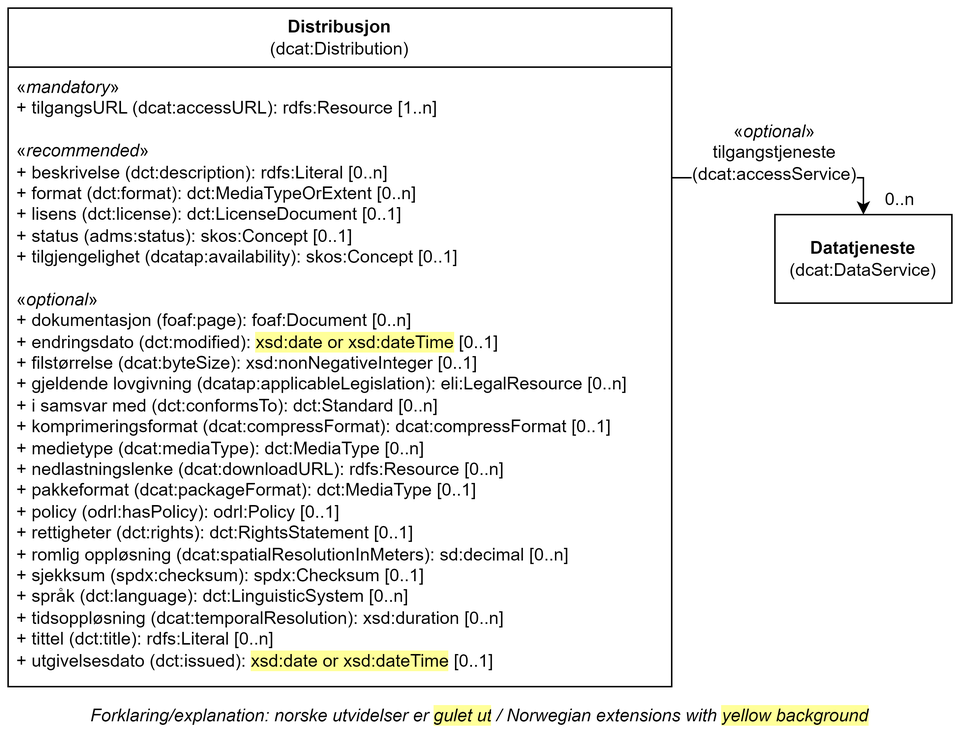
This is docs/images/Klassen-Distribusjon.png from Informasjonsforvaltning/dcat-ap-no, a draw.io export, as it was before one commit. Source tidied: cells renumbered, new cells last; positions are measured from the earlier drawing's top-left corner, leaving out a move shared by most shapes.
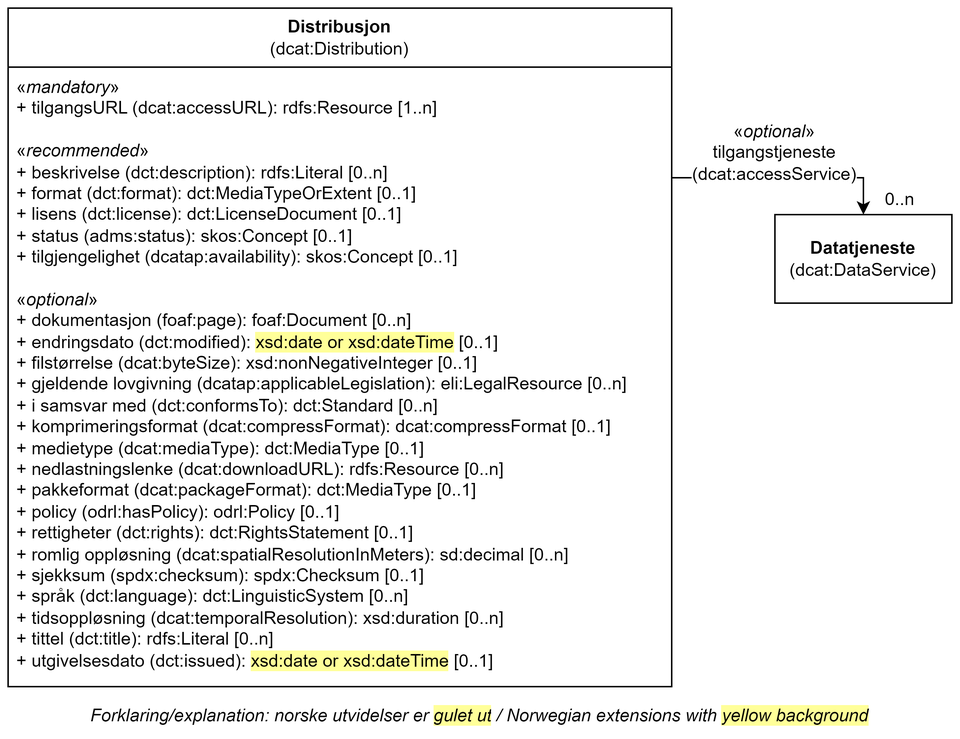
After the change.

Commit message:
Oppdaterer tegning Distribusjon

Change to the diagram source:
```diff
@@ -5,7 +5,7 @@
     <mxCell id="2" value="Distribusjon&lt;br&gt;&lt;span style=&quot;font-weight: normal;&quot;&gt;(dcat:Distribution)&lt;/span&gt;" style="swimlane;whiteSpace=wrap;html=1;startSize=40;" parent="1" vertex="1">
       <mxGeometry width="450" height="460" as="geometry" />
     </mxCell>
-    <mxCell id="3" value="«&lt;i&gt;mandatory&lt;/i&gt;»&lt;br&gt;+ tilgangsURL (dcat:accessURL): rdfs:Resource [1..n]&lt;br&gt;&lt;br&gt;«&lt;i&gt;recommended&lt;/i&gt;»&lt;br&gt;+ beskrivelse (dct:description): rdfs:Literal [0..n]&lt;br&gt;+ format (dct:format): dct:MediaTypeOrExtent [0..n]&lt;br&gt;+ lisens (dct:license): dct:LicenseDocument [0..1]&lt;br&gt;+ status (adms:status): skos:Concept [0..1]&lt;br&gt;+ tilgjengelighet (dcatap:availability): skos:Concept [0..1]&lt;br&gt;&lt;br&gt;«&lt;i&gt;optional&lt;/i&gt;»&lt;br&gt;+ dokumentasjon (foaf:page): foaf:Document [0..n]&lt;br&gt;+ endringsdato (dct:modified): &lt;span style=&quot;background-color: rgb(255, 255, 153);&quot;&gt;xsd:date or xsd:dateTime&lt;/span&gt; [0..1]&lt;br&gt;+ filstørrelse (dcat:byteSize): xsd:nonNegativeInteger [0..1]&lt;br&gt;+ gjeldende lovgivning (dcatap:applicableLegislation): eli:LegalResource [0..n]&lt;br&gt;+ i samsvar med (dct:conformsTo): dct:Standard [0..n]&lt;br&gt;+ komprimeringsformat (dcat:compressFormat): dcat:compressFormat [0..1]&lt;br&gt;+ medietype (dcat:mediaType): dct:MediaType [0..n]&lt;br&gt;+ nedlastningslenke (dcat:downloadURL): rdfs:Resource [0..n]&lt;br&gt;+ pakkeformat (dcat:packageFormat): dct:MediaType [0..1]&lt;br&gt;+ policy (odrl:hasPolicy): odrl:Policy [0..1]&lt;br&gt;+ rettigheter (dct:rights): dct:RightsStatement [0..1]&lt;br&gt;+ romlig oppløsning (dcat:spatialResolutionInMeters): sd:decimal [0..n]&lt;br&gt;+ sjekksum (spdx:checksum): spdx:Checksum [0..1]&lt;br&gt;+ språk (dct:language): dct:LinguisticSystem [0..n]&lt;br&gt;+ tidsoppløsning (dcat:temporalResolution): xsd:duration [0..n]&lt;br&gt;+ tittel (dct:title): rdfs:Literal [0..n]&lt;br&gt;+ utgivelsesdato (dct:issued): &lt;span style=&quot;background-color: rgb(255, 255, 153);&quot;&gt;xsd:date or xsd:dateTime&lt;/span&gt; [0..1]" style="text;strokeColor=none;fillColor=none;align=left;verticalAlign=top;spacingLeft=4;spacingRight=4;overflow=hidden;whiteSpace=wrap;html=1;" parent="2" vertex="1">
+    <mxCell id="3" value="«&lt;i&gt;mandatory&lt;/i&gt;»&lt;br&gt;+ tilgangsURL (dcat:accessURL): rdfs:Resource [1..n]&lt;br&gt;&lt;br&gt;«&lt;i&gt;recommended&lt;/i&gt;»&lt;br&gt;+ beskrivelse (dct:description): rdfs:Literal [0..n]&lt;br&gt;+ format (dct:format): dct:MediaTypeOrExtent [0..1]&lt;br&gt;+ lisens (dct:license): dct:LicenseDocument [0..1]&lt;br&gt;+ status (adms:status): skos:Concept [0..1]&lt;br&gt;+ tilgjengelighet (dcatap:availability): skos:Concept [0..1]&lt;br&gt;&lt;br&gt;«&lt;i&gt;optional&lt;/i&gt;»&lt;br&gt;+ dokumentasjon (foaf:page): foaf:Document [0..n]&lt;br&gt;+ endringsdato (dct:modified): &lt;span style=&quot;background-color: rgb(255, 255, 153);&quot;&gt;xsd:date or xsd:dateTime&lt;/span&gt; [0..1]&lt;br&gt;+ filstørrelse (dcat:byteSize): xsd:nonNegativeInteger [0..1]&lt;br&gt;+ gjeldende lovgivning (dcatap:applicableLegislation): eli:LegalResource [0..n]&lt;br&gt;+ i samsvar med (dct:conformsTo): dct:Standard [0..n]&lt;br&gt;+ komprimeringsformat (dcat:compressFormat): dcat:compressFormat [0..1]&lt;br&gt;+ medietype (dcat:mediaType): dct:MediaType [0..1]&lt;br&gt;+ nedlastningslenke (dcat:downloadURL): rdfs:Resource [0..n]&lt;br&gt;+ pakkeformat (dcat:packageFormat): dct:MediaType [0..1]&lt;br&gt;+ policy (odrl:hasPolicy): odrl:Policy [0..1]&lt;br&gt;+ rettigheter (dct:rights): dct:RightsStatement [0..1]&lt;br&gt;+ romlig oppløsning (dcat:spatialResolutionInMeters): sd:decimal [0..n]&lt;br&gt;+ sjekksum (spdx:checksum): spdx:Checksum [0..1]&lt;br&gt;+ språk (dct:language): dct:LinguisticSystem [0..n]&lt;br&gt;+ tidsoppløsning (dcat:temporalResolution): xsd:duration [0..n]&lt;br&gt;+ tittel (dct:title): rdfs:Literal [0..n]&lt;br&gt;+ utgivelsesdato (dct:issued): &lt;span style=&quot;background-color: rgb(255, 255, 153);&quot;&gt;xsd:date or xsd:dateTime&lt;/span&gt; [0..1]" style="text;strokeColor=none;fillColor=none;align=left;verticalAlign=top;spacingLeft=4;spacingRight=4;overflow=hidden;whiteSpace=wrap;html=1;" parent="2" vertex="1">
       <mxGeometry y="40" width="430" height="420" as="geometry" />
     </mxCell>
     <mxCell id="4" value="&lt;b&gt;Datatjeneste&lt;/b&gt;&lt;br&gt;(dcat:DataService)" style="rounded=0;whiteSpace=wrap;html=1;" parent="1" vertex="1">
```
